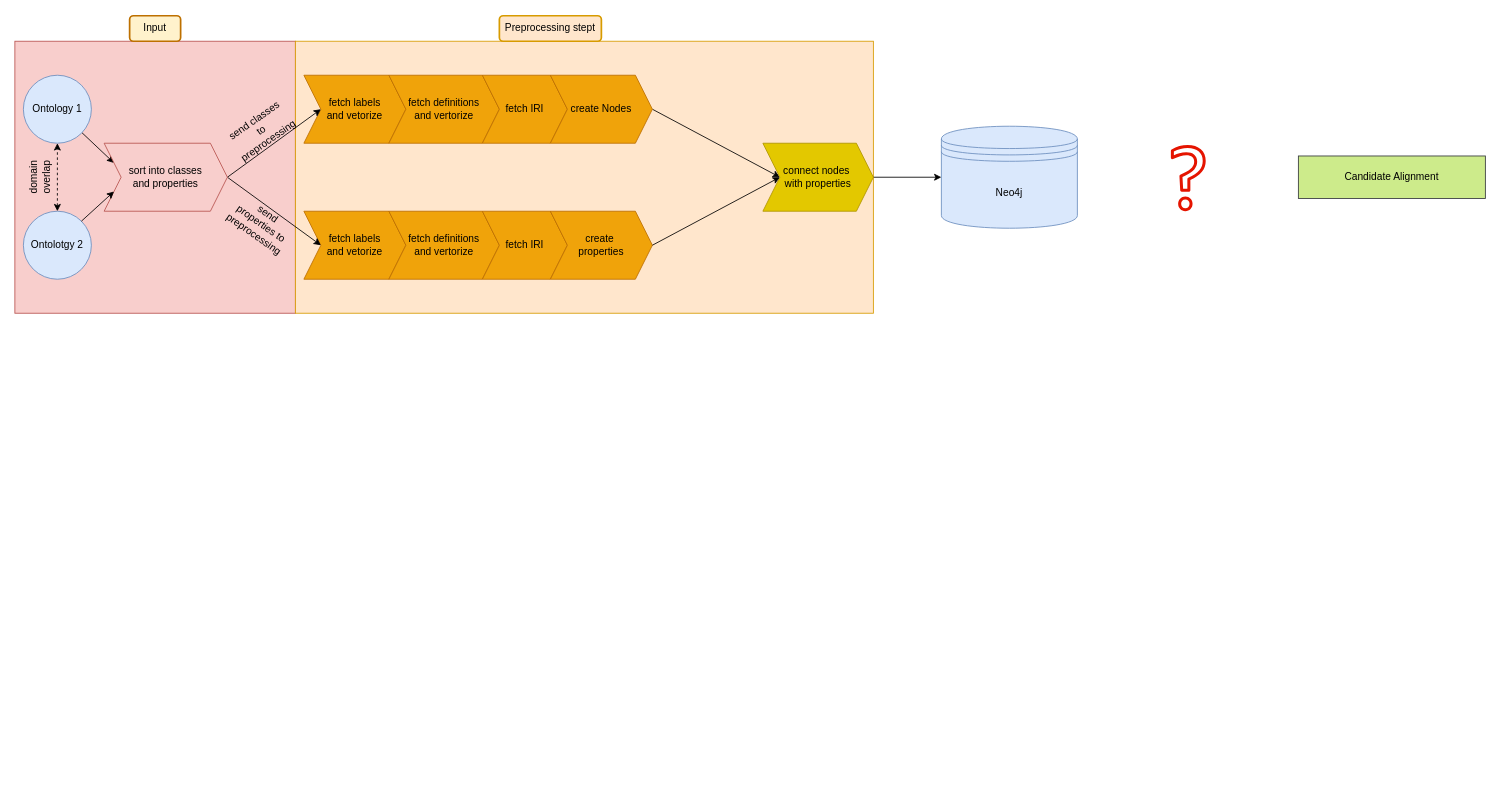
SamirKipper/Ontopo keeps this draw.io diagram as docs/pipeline.drawio. Above is the earlier version. Source tidied: cells renumbered, new cells numbered last; positions are measured from the earlier drawing's top-left corner, leaving out a move shared by most shapes. Both pictures are drawn from the tidied source at 85%, with x=0, y=0 at pixel (14, 15).
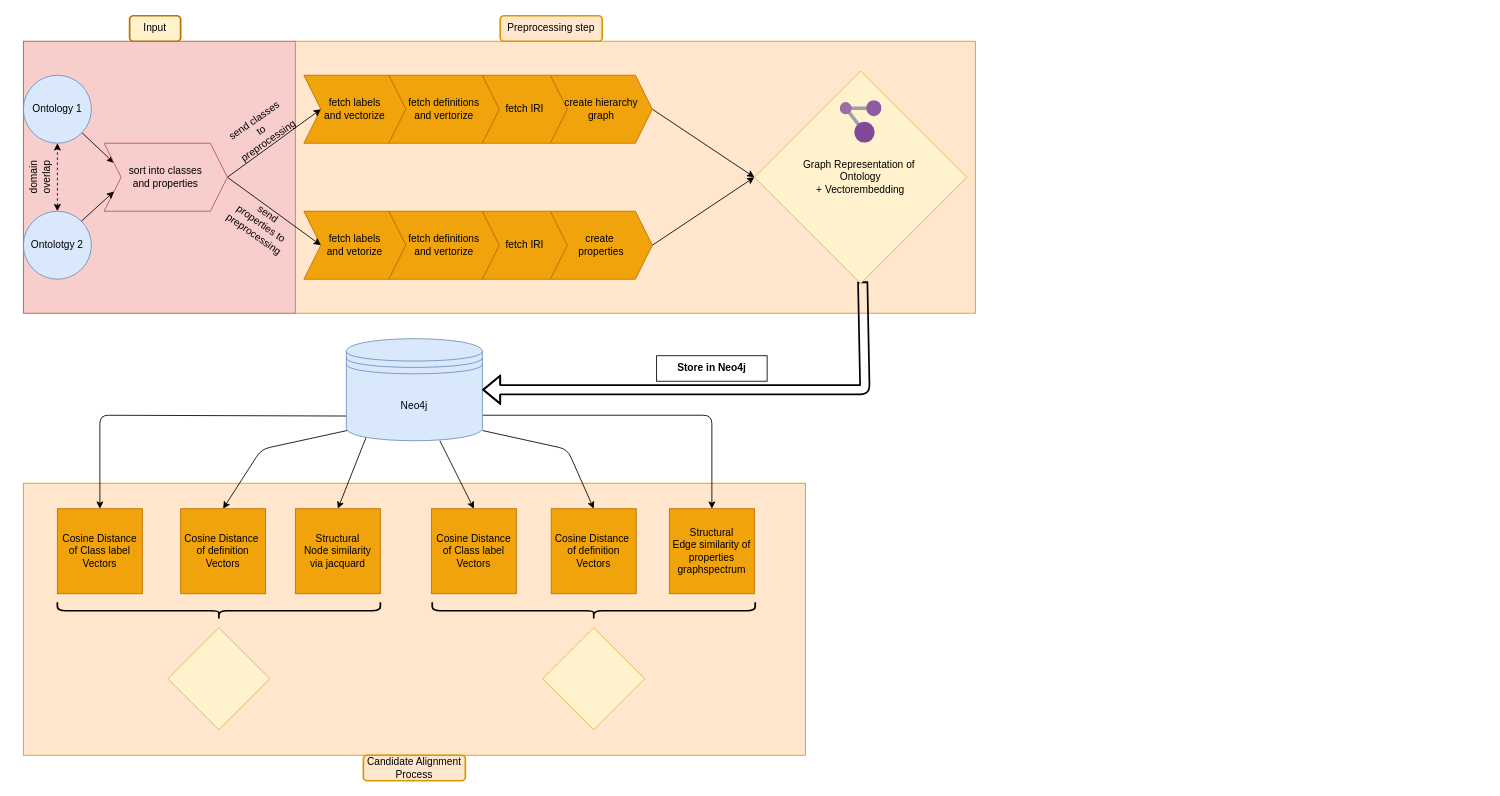
The same page after the edit.

Commit message (it also covers changes not shown here):
added classes to base, continued work on embedding the graph

The change refers to these unchanged cells:
```xml
<mxCell id="20" value="&lt;font style=&quot;color: rgb(0, 0, 0);&quot;&gt;create&amp;nbsp;&lt;/font&gt;&lt;div&gt;&lt;font style=&quot;color: rgb(0, 0, 0);&quot;&gt;properties&lt;/font&gt;&lt;/div&gt;" style="shape=step;perimeter=stepPerimeter;whiteSpace=wrap;html=1;fixedSize=1;fillColor=#f0a30a;fontColor=#000000;strokeColor=#BD7000;" parent="1" vertex="1">
  <mxGeometry x="630" y="230" width="120" height="80" as="geometry" />
</mxCell>
```

What changed in the source:
```diff
@@
+    <mxCell id="32" style="rounded=0;whiteSpace=wrap;html=1;fillColor=#ffe6cc;strokeColor=#d79b00;" parent="1" vertex="1">
+      <mxGeometry x="10" y="550" width="920" height="320" as="geometry" />
+    </mxCell>
+    <mxCell id="33" style="edgeStyle=none;html=1;entryX=0.5;entryY=0;entryDx=0;entryDy=0;exitX=0.031;exitY=0.758;exitDx=0;exitDy=0;exitPerimeter=0;" parent="1" edge="1" source="2" target="44">
+      <mxGeometry relative="1" as="geometry">
+        <Array as="points">
+          <mxPoint x="100" y="470" />
+        </Array>
+      </mxGeometry>
+    </mxCell>
+    <mxCell id="34" style="edgeStyle=none;html=1;exitX=0.006;exitY=0.9;exitDx=0;exitDy=0;entryX=0.5;entryY=0;entryDx=0;entryDy=0;exitPerimeter=0;" parent="1" edge="1" source="2" target="45">
+      <mxGeometry relative="1" as="geometry">
+        <Array as="points">
+          <mxPoint x="290" y="510" />
+        </Array>
+      </mxGeometry>
+    </mxCell>
+    <mxCell id="35" style="edgeStyle=none;html=1;entryX=0.5;entryY=0;entryDx=0;entryDy=0;exitX=0.15;exitY=0.95;exitDx=0;exitDy=0;exitPerimeter=0;" parent="1" edge="1" source="2" target="46">
+      <mxGeometry relative="1" as="geometry" />
+    </mxCell>
+    <mxCell id="36" style="edgeStyle=none;html=1;entryX=0.5;entryY=0;entryDx=0;entryDy=0;exitX=1;exitY=0.75;exitDx=0;exitDy=0;exitPerimeter=0;" parent="1" edge="1" source="2" target="47">
+      <mxGeometry relative="1" as="geometry">
+        <Array as="points">
+          <mxPoint x="820" y="470" />
+        </Array>
+      </mxGeometry>
+    </mxCell>
+    <mxCell id="37" style="edgeStyle=none;html=1;entryX=0.5;entryY=0;entryDx=0;entryDy=0;" parent="1" edge="1" source="2" target="48">
+      <mxGeometry relative="1" as="geometry" />
+    </mxCell>
+    <mxCell id="38" style="edgeStyle=none;html=1;exitX=1;exitY=0.9;exitDx=0;exitDy=0;exitPerimeter=0;entryX=0.5;entryY=0;entryDx=0;entryDy=0;" parent="1" edge="1" source="2" target="49">
+      <mxGeometry relative="1" as="geometry">
+        <Array as="points">
+          <mxPoint x="650" y="510" />
+        </Array>
+      </mxGeometry>
+    </mxCell>
     <mxCell id="2" value="Neo4j" style="shape=datastore;whiteSpace=wrap;html=1;fillColor=#dae8fc;strokeColor=#6c8ebf;" parent="1" vertex="1">
-      <mxGeometry x="1090" y="130" width="160" height="120" as="geometry" />
+      <mxGeometry x="390" y="380" width="160" height="120" as="geometry" />
     </mxCell>
     <mxCell id="3" style="rounded=0;whiteSpace=wrap;html=1;fillColor=#f8cecc;strokeColor=#b85450;" parent="1" vertex="1">
-      <mxGeometry y="30" width="330" height="320" as="geometry" />
+      <mxGeometry x="10" y="30" width="320" height="320" as="geometry" />
     </mxCell>
@@
     <mxCell id="8" style="rounded=0;whiteSpace=wrap;html=1;fillColor=#ffe6cc;strokeColor=#d79b00;" parent="1" vertex="1">
-      <mxGeometry x="330" y="30" width="680" height="320" as="geometry" />
+      <mxGeometry x="330" y="30" width="800" height="320" as="geometry" />
     </mxCell>
-    <mxCell id="9" value="Preprocessing stept" style="text;html=1;align=center;verticalAlign=middle;whiteSpace=wrap;rounded=1;strokeColor=#d79b00;strokeWidth=2;fillColor=#ffe6cc;" parent="1" vertex="1">
-      <mxGeometry x="570" width="120" height="30" as="geometry" />
+    <mxCell id="9" value="Preprocessing step" style="text;html=1;align=center;verticalAlign=middle;whiteSpace=wrap;rounded=1;strokeColor=#d79b00;strokeWidth=2;fillColor=#ffe6cc;" parent="1" vertex="1">
+      <mxGeometry x="571" width="120" height="30" as="geometry" />
     </mxCell>
-    <mxCell id="10" value="&lt;font style=&quot;color: rgb(0, 0, 0);&quot;&gt;fetch labels&lt;/font&gt;&lt;div&gt;&lt;font style=&quot;color: rgb(0, 0, 0);&quot;&gt;and vetorize&lt;/font&gt;&lt;/div&gt;" style="shape=step;perimeter=stepPerimeter;whiteSpace=wrap;html=1;fixedSize=1;fillColor=#f0a30a;fontColor=#000000;strokeColor=#BD7000;" parent="1" vertex="1">
+    <mxCell id="10" value="&lt;font style=&quot;color: rgb(0, 0, 0);&quot;&gt;fetch labels&lt;/font&gt;&lt;div&gt;&lt;font style=&quot;color: rgb(0, 0, 0);&quot;&gt;and vectorize&lt;/font&gt;&lt;/div&gt;" style="shape=step;perimeter=stepPerimeter;whiteSpace=wrap;html=1;fixedSize=1;fillColor=#f0a30a;fontColor=#000000;strokeColor=#BD7000;" parent="1" vertex="1">
       <mxGeometry x="340" y="70" width="120" height="80" as="geometry" />
     </mxCell>
@@
-    <mxCell id="13" style="edgeStyle=none;html=1;entryX=0;entryY=0.5;entryDx=0;entryDy=0;exitX=1;exitY=0.5;exitDx=0;exitDy=0;" parent="1" edge="1" source="14" target="16">
-      <mxGeometry relative="1" as="geometry" />
+    <mxCell id="13" style="edgeStyle=none;html=1;entryX=0;entryY=0.5;entryDx=0;entryDy=0;exitX=1;exitY=0.5;exitDx=0;exitDy=0;" parent="1" edge="1" source="14">
+      <mxGeometry relative="1" as="geometry">
+        <mxPoint x="870" y="190" as="targetPoint" />
+      </mxGeometry>
     </mxCell>
-    <mxCell id="14" value="create Nodes" style="shape=step;perimeter=stepPerimeter;whiteSpace=wrap;html=1;fixedSize=1;fillColor=#f0a30a;fontColor=#000000;strokeColor=#BD7000;" parent="1" vertex="1">
+    <mxCell id="14" value="create hierarchy&lt;div&gt;graph&lt;/div&gt;" style="shape=step;perimeter=stepPerimeter;whiteSpace=wrap;html=1;fixedSize=1;fillColor=#f0a30a;fontColor=#000000;strokeColor=#BD7000;" parent="1" vertex="1">
       <mxGeometry x="630" y="70" width="120" height="80" as="geometry" />
     </mxCell>
-    <mxCell id="15" style="edgeStyle=none;html=1;entryX=0;entryY=0.5;entryDx=0;entryDy=0;" parent="1" edge="1" source="16" target="2">
-      <mxGeometry relative="1" as="geometry" />
-    </mxCell>
-    <mxCell id="16" value="&lt;font style=&quot;color: rgb(0, 0, 0);&quot;&gt;connect nodes&amp;nbsp;&lt;/font&gt;&lt;div&gt;&lt;font style=&quot;color: rgb(0, 0, 0);&quot;&gt;with properties&lt;/font&gt;&lt;/div&gt;" style="shape=step;perimeter=stepPerimeter;whiteSpace=wrap;html=1;fixedSize=1;fillColor=#e3c800;fontColor=#000000;strokeColor=#B09500;" parent="1" vertex="1">
-      <mxGeometry x="880" y="150" width="130" height="80" as="geometry" />
-    </mxCell>
@@
-    <mxCell id="26" style="endArrow=classic;html=1;exitX=1;exitY=0.5;exitDx=0;exitDy=0;entryX=0;entryY=0.5;entryDx=0;entryDy=0;" parent="1" edge="1" source="20" target="16">
-      <mxGeometry relative="1" as="geometry" />
+    <mxCell id="26" style="endArrow=classic;html=1;exitX=1;exitY=0.5;exitDx=0;exitDy=0;entryX=0;entryY=0.5;entryDx=0;entryDy=0;" parent="1" edge="1" source="20">
+      <mxGeometry relative="1" as="geometry">
+        <mxPoint x="870" y="190" as="targetPoint" />
+      </mxGeometry>
     </mxCell>
@@
-    <mxCell id="30" value="Candidate Alignment" style="text;html=1;align=center;verticalAlign=middle;whiteSpace=wrap;rounded=0;fillColor=#cdeb8b;strokeColor=#36393d;" parent="1" vertex="1">
-      <mxGeometry x="1510" y="165" width="220" height="50" as="geometry" />
-    </mxCell>
-    <mxCell id="31" style="sketch=0;fillColor=#e51400;strokeColor=#B20000;dashed=0;verticalLabelPosition=bottom;verticalAlign=top;align=center;html=1;fontSize=12;fontStyle=0;shape=mxgraph.aws4.question;fontColor=#ffffff;" parent="1" vertex="1">
-      <mxGeometry x="1360" y="152" width="41" height="78" as="geometry" />
-    </mxCell>
+    <mxCell id="39" value="Candidate Alignment Process" style="text;html=1;align=center;verticalAlign=middle;whiteSpace=wrap;rounded=1;strokeColor=#d79b00;strokeWidth=2;fillColor=#ffe6cc;" parent="1" vertex="1">
+      <mxGeometry x="410" y="870" width="120" height="30" as="geometry" />
+    </mxCell>
+    <mxCell id="40" style="edgeStyle=none;html=1;entryX=1;entryY=0.5;entryDx=0;entryDy=0;shape=flexArrow;strokeWidth=2;" parent="1" edge="1" source="41" target="2">
+      <mxGeometry relative="1" as="geometry">
+        <Array as="points">
+          <mxPoint x="1000" y="440" />
+        </Array>
+      </mxGeometry>
+    </mxCell>
+    <mxCell id="41" value="&lt;font style=&quot;color: rgb(0, 0, 0);&quot;&gt;Graph Representation of&amp;nbsp;&lt;/font&gt;&lt;div&gt;&lt;font style=&quot;color: rgb(0, 0, 0);&quot;&gt;Ontology&lt;/font&gt;&lt;/div&gt;&lt;div&gt;&lt;font style=&quot;color: rgb(0, 0, 0);&quot;&gt;+ Vectorembedding&lt;/font&gt;&lt;/div&gt;" style="rhombus;whiteSpace=wrap;html=1;fillColor=#fff2cc;strokeColor=#d6b656;" parent="1" vertex="1">
+      <mxGeometry x="870" y="65" width="250" height="250" as="geometry" />
+    </mxCell>
+    <mxCell id="42" style="image;sketch=0;html=1;align=center;fontSize=12;image=img/lib/mscae/Resource_Graph_Explorer.svg;" parent="1" vertex="1">
+      <mxGeometry x="971" y="100" width="49" height="50" as="geometry" />
+    </mxCell>
+    <mxCell id="43" value="Store in Neo4j" style="text;html=1;align=center;verticalAlign=middle;whiteSpace=wrap;rounded=0;strokeColor=default;fontStyle=1;" parent="1" vertex="1">
+      <mxGeometry x="755" y="400" width="130" height="30" as="geometry" />
+    </mxCell>
+    <mxCell id="44" value="Cosine Distance of Class label Vectors" style="whiteSpace=wrap;html=1;fillColor=#f0a30a;strokeColor=#BD7000;fontColor=#000000;" parent="1" vertex="1">
+      <mxGeometry x="50" y="580" width="100" height="100" as="geometry" />
+    </mxCell>
+    <mxCell id="45" value="&lt;font style=&quot;color: rgb(0, 0, 0);&quot;&gt;Cosine Distance&amp;nbsp;&lt;/font&gt;&lt;div&gt;&lt;font style=&quot;color: rgb(0, 0, 0);&quot;&gt;of definition Vectors&lt;/font&gt;&lt;/div&gt;" style="whiteSpace=wrap;html=1;fillColor=#f0a30a;fontColor=#000000;strokeColor=#BD7000;" parent="1" vertex="1">
+      <mxGeometry x="195" y="580" width="100" height="100" as="geometry" />
+    </mxCell>
+    <mxCell id="46" value="&lt;font style=&quot;color: rgb(0, 0, 0);&quot;&gt;Structural&lt;/font&gt;&lt;div&gt;&lt;font style=&quot;color: rgb(0, 0, 0);&quot;&gt;Node similarity&lt;/font&gt;&lt;/div&gt;&lt;div&gt;&lt;font style=&quot;color: rgb(0, 0, 0);&quot;&gt;via jacquard&lt;/font&gt;&lt;/div&gt;" style="whiteSpace=wrap;html=1;fillColor=#f0a30a;fontColor=#000000;strokeColor=#BD7000;" parent="1" vertex="1">
+      <mxGeometry x="330" y="580" width="100" height="100" as="geometry" />
+    </mxCell>
+    <mxCell id="47" value="&lt;font style=&quot;color: rgb(0, 0, 0);&quot;&gt;Structural&lt;/font&gt;&lt;div&gt;&lt;font style=&quot;color: rgb(0, 0, 0);&quot;&gt;Edge similarity of properties&lt;/font&gt;&lt;/div&gt;&lt;div&gt;&lt;font style=&quot;color: rgb(0, 0, 0);&quot;&gt;graphspectrum&lt;/font&gt;&lt;/div&gt;" style="whiteSpace=wrap;html=1;fillColor=#f0a30a;fontColor=#000000;strokeColor=#BD7000;" parent="1" vertex="1">
+      <mxGeometry x="770" y="580" width="100" height="100" as="geometry" />
+    </mxCell>
+    <mxCell id="48" value="Cosine Distance of Class label Vectors" style="whiteSpace=wrap;html=1;fillColor=#f0a30a;strokeColor=#BD7000;fontColor=#000000;" parent="1" vertex="1">
+      <mxGeometry x="490" y="580" width="100" height="100" as="geometry" />
+    </mxCell>
+    <mxCell id="49" value="&lt;font style=&quot;color: rgb(0, 0, 0);&quot;&gt;Cosine Distance&amp;nbsp;&lt;/font&gt;&lt;div&gt;&lt;font style=&quot;color: rgb(0, 0, 0);&quot;&gt;of definition Vectors&lt;/font&gt;&lt;/div&gt;" style="whiteSpace=wrap;html=1;fillColor=#f0a30a;fontColor=#000000;strokeColor=#BD7000;" parent="1" vertex="1">
+      <mxGeometry x="631" y="580" width="100" height="100" as="geometry" />
+    </mxCell>
+    <mxCell id="50" style="shape=curlyBracket;whiteSpace=wrap;html=1;rounded=1;flipH=1;labelPosition=right;verticalLabelPosition=middle;align=left;verticalAlign=middle;rotation=90;fontStyle=1;strokeWidth=2;" parent="1" vertex="1">
+      <mxGeometry x="230" y="510" width="20" height="380" as="geometry" />
+    </mxCell>
+    <mxCell id="51" style="shape=curlyBracket;whiteSpace=wrap;html=1;rounded=1;flipH=1;labelPosition=right;verticalLabelPosition=middle;align=left;verticalAlign=middle;rotation=90;fontStyle=1;strokeWidth=2;" parent="1" vertex="1">
+      <mxGeometry x="671" y="510" width="20" height="380" as="geometry" />
+    </mxCell>
+    <mxCell id="52" style="rhombus;whiteSpace=wrap;html=1;fillColor=#fff2cc;strokeColor=#d6b656;" parent="1" vertex="1">
+      <mxGeometry x="180" y="720" width="120" height="120" as="geometry" />
+    </mxCell>
+    <mxCell id="53" style="rhombus;whiteSpace=wrap;html=1;fillColor=#fff2cc;strokeColor=#d6b656;" parent="1" vertex="1">
+      <mxGeometry x="621" y="720" width="120" height="120" as="geometry" />
+    </mxCell>
```
